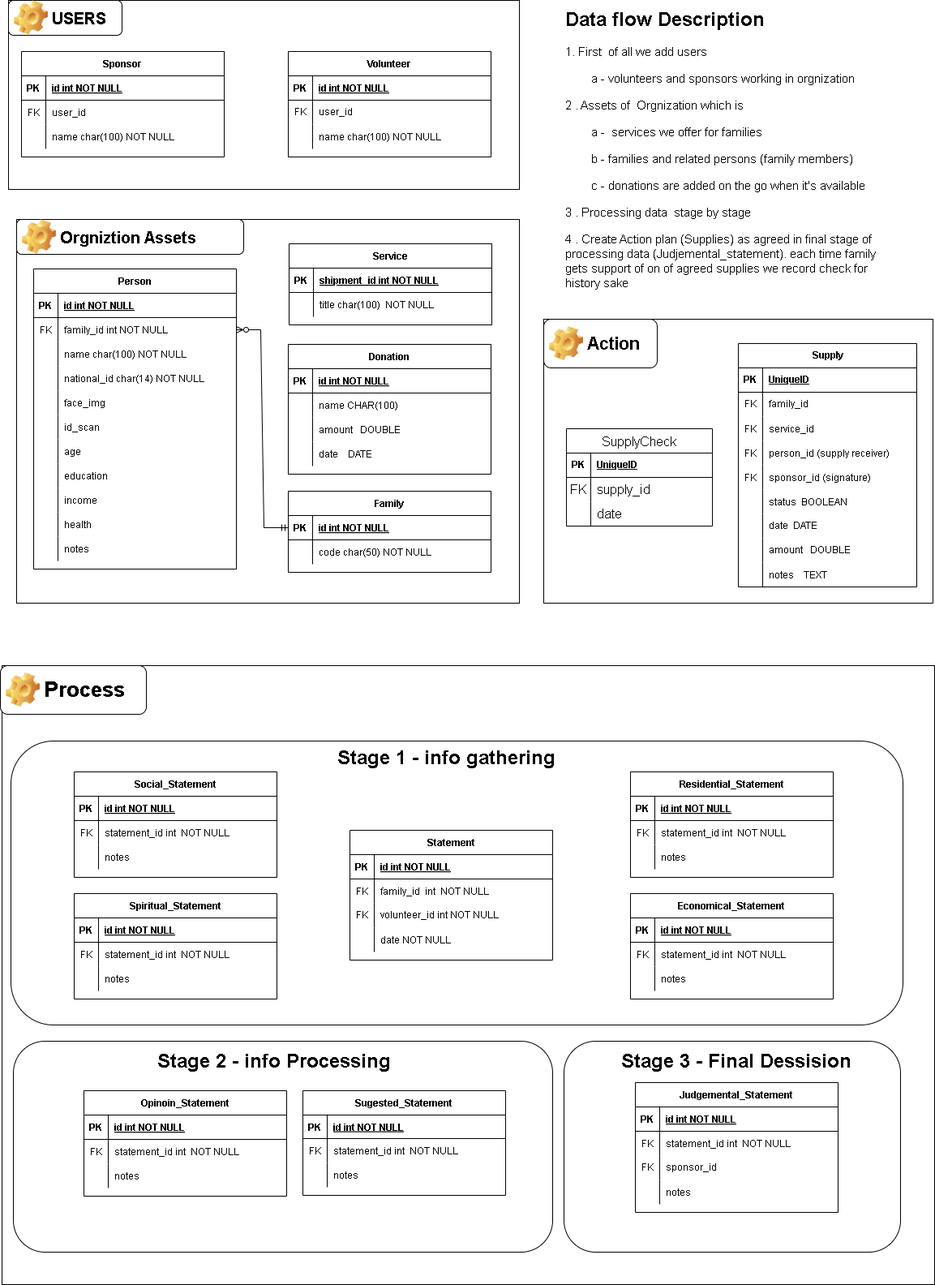
This is Archives/ERD/ERD Diagram.png from PoulaAdel/Charity, a draw.io export, as it was before one commit. Source tidied: cells renumbered, new cells last; positions are measured from the earlier drawing's top-left corner, leaving out a move shared by most shapes.
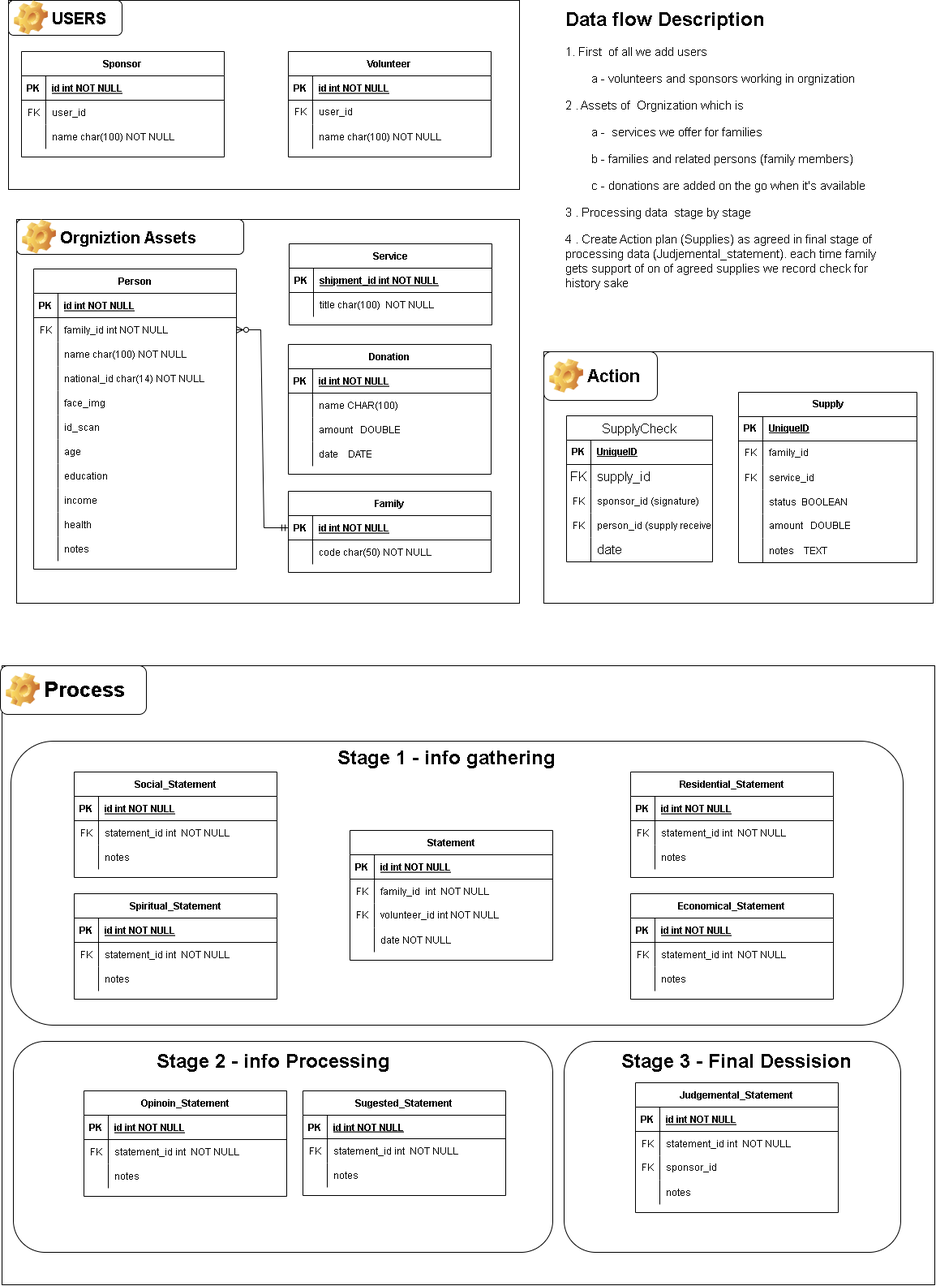
Later version of the same file.

What changed in the source:
```diff
@@ -234,10 +234,10 @@
       <mxGeometry x="30" width="220" height="30" as="geometry" />
     </mxCell>
     <mxCell id="79" style="rounded=0;whiteSpace=wrap;html=1;" parent="1" vertex="1">
-      <mxGeometry x="670" y="393" width="480" height="350" as="geometry" />
+      <mxGeometry x="670" y="433" width="480" height="310" as="geometry" />
     </mxCell>
     <mxCell id="80" value="Action&amp;nbsp;" style="label;whiteSpace=wrap;html=1;image=img/clipart/Gear_128x128.png;fontSize=22;" parent="1" vertex="1">
-      <mxGeometry x="670" y="393" width="140" height="60" as="geometry" />
+      <mxGeometry x="670" y="433" width="140" height="60" as="geometry" />
     </mxCell>
     <mxCell id="81" style="rounded=0;whiteSpace=wrap;html=1;" parent="1" vertex="1">
       <mxGeometry x="20" y="270" width="620" height="473" as="geometry" />
@@ -549,7 +549,7 @@
       <mxGeometry x="30" width="220" height="30" as="geometry" />
     </mxCell>
     <mxCell id="184" value="Supply" style="shape=table;startSize=30;rowLines=0;fontStyle=1;align=center;html=1;" parent="1" vertex="1">
-      <mxGeometry x="910" y="423" width="220" height="300" as="geometry" />
+      <mxGeometry x="910" y="483" width="220" height="210" as="geometry" />
     </mxCell>
     <mxCell id="185" style="shape=tableRow;horizontal=0;startSize=0;swimlaneHead=0;swimlaneBody=0;fillColor=none;top=0;left=0;right=0;bottom=1;" parent="184" vertex="1">
       <mxGeometry y="30" width="220" height="30" as="geometry" />
@@ -578,26 +578,8 @@
     <mxCell id="193" value="service_id" style="shape=partialRectangle;fillColor=none;top=0;left=0;bottom=0;right=0;align=left;spacingLeft=6;overflow=hidden;" parent="191" vertex="1">
       <mxGeometry x="30" width="190" height="30" as="geometry" />
     </mxCell>
-    <mxCell id="194" style="shape=tableRow;horizontal=0;startSize=0;swimlaneHead=0;swimlaneBody=0;fillColor=none;top=0;left=0;right=0;bottom=0;" parent="184" vertex="1">
-      <mxGeometry y="120" width="220" height="30" as="geometry" />
-    </mxCell>
-    <mxCell id="195" value="FK" style="shape=partialRectangle;fillColor=none;top=0;left=0;bottom=0;right=0;overflow=hidden;" parent="194" vertex="1">
-      <mxGeometry width="30" height="30" as="geometry" />
-    </mxCell>
-    <mxCell id="196" value="person_id (supply receiver)" style="shape=partialRectangle;fillColor=none;top=0;left=0;bottom=0;right=0;align=left;spacingLeft=6;overflow=hidden;" parent="194" vertex="1">
-      <mxGeometry x="30" width="190" height="30" as="geometry" />
-    </mxCell>
-    <mxCell id="197" style="shape=tableRow;horizontal=0;startSize=0;swimlaneHead=0;swimlaneBody=0;fillColor=none;top=0;left=0;right=0;bottom=0;" parent="184" vertex="1">
-      <mxGeometry y="150" width="220" height="30" as="geometry" />
-    </mxCell>
-    <mxCell id="198" value="FK" style="shape=partialRectangle;fillColor=none;top=0;left=0;bottom=0;right=0;overflow=hidden;" parent="197" vertex="1">
-      <mxGeometry width="30" height="30" as="geometry" />
-    </mxCell>
-    <mxCell id="199" value="sponsor_id (signature)" style="shape=partialRectangle;fillColor=none;top=0;left=0;bottom=0;right=0;align=left;spacingLeft=6;overflow=hidden;" parent="197" vertex="1">
-      <mxGeometry x="30" width="190" height="30" as="geometry" />
-    </mxCell>
     <mxCell id="200" style="shape=tableRow;horizontal=0;startSize=0;swimlaneHead=0;swimlaneBody=0;fillColor=none;top=0;left=0;right=0;bottom=0;" parent="184" vertex="1">
-      <mxGeometry y="180" width="220" height="30" as="geometry" />
+      <mxGeometry y="120" width="220" height="30" as="geometry" />
     </mxCell>
     <mxCell id="201" style="shape=partialRectangle;fillColor=none;top=0;left=0;bottom=0;right=0;overflow=hidden;" parent="200" vertex="1">
       <mxGeometry width="30" height="30" as="geometry" />
@@ -605,17 +587,8 @@
     <mxCell id="202" value="status  BOOLEAN" style="shape=partialRectangle;fillColor=none;top=0;left=0;bottom=0;right=0;align=left;spacingLeft=6;overflow=hidden;" parent="200" vertex="1">
       <mxGeometry x="30" width="190" height="30" as="geometry" />
     </mxCell>
-    <mxCell id="203" style="shape=tableRow;horizontal=0;startSize=0;swimlaneHead=0;swimlaneBody=0;fillColor=none;top=0;left=0;right=0;bottom=0;" parent="184" vertex="1">
-      <mxGeometry y="210" width="220" height="30" as="geometry" />
-    </mxCell>
-    <mxCell id="204" style="shape=partialRectangle;fillColor=none;top=0;left=0;bottom=0;right=0;overflow=hidden;whiteSpace=wrap;html=1;" parent="203" vertex="1">
-      <mxGeometry width="30" height="30" as="geometry" />
-    </mxCell>
-    <mxCell id="205" value="date&amp;nbsp; DATE" style="shape=partialRectangle;fillColor=none;top=0;left=0;bottom=0;right=0;align=left;spacingLeft=6;overflow=hidden;whiteSpace=wrap;html=1;" parent="203" vertex="1">
-      <mxGeometry x="30" width="190" height="30" as="geometry" />
-    </mxCell>
     <mxCell id="206" style="shape=tableRow;horizontal=0;startSize=0;swimlaneHead=0;swimlaneBody=0;fillColor=none;top=0;left=0;right=0;bottom=0;" parent="184" vertex="1">
-      <mxGeometry y="240" width="220" height="30" as="geometry" />
+      <mxGeometry y="150" width="220" height="30" as="geometry" />
     </mxCell>
     <mxCell id="207" style="shape=partialRectangle;fillColor=none;top=0;left=0;bottom=0;right=0;overflow=hidden;whiteSpace=wrap;html=1;" parent="206" vertex="1">
       <mxGeometry width="30" height="30" as="geometry" />
@@ -624,7 +597,7 @@
       <mxGeometry x="30" width="190" height="30" as="geometry" />
     </mxCell>
     <mxCell id="209" style="shape=tableRow;horizontal=0;startSize=0;swimlaneHead=0;swimlaneBody=0;fillColor=none;top=0;left=0;right=0;bottom=0;" parent="184" vertex="1">
-      <mxGeometry y="270" width="220" height="30" as="geometry" />
+      <mxGeometry y="180" width="220" height="30" as="geometry" />
     </mxCell>
     <mxCell id="210" style="shape=partialRectangle;fillColor=none;top=0;left=0;bottom=0;right=0;overflow=hidden;" parent="209" vertex="1">
       <mxGeometry width="30" height="30" as="geometry" />
@@ -636,7 +609,7 @@
       <mxGeometry x="695" y="3" width="415" height="370" as="geometry" />
     </mxCell>
     <mxCell id="213" value="SupplyCheck" style="shape=table;startSize=30;rowLines=0;fontStyle=0;strokeColor=default;fontSize=16;" parent="1" vertex="1">
-      <mxGeometry x="698" y="528" width="180" height="120" as="geometry" />
+      <mxGeometry x="698" y="512" width="180" height="180" as="geometry" />
     </mxCell>
     <mxCell id="214" style="shape=tableRow;horizontal=0;startSize=0;swimlaneHead=0;swimlaneBody=0;fillColor=none;top=0;left=0;right=0;bottom=1;" parent="213" vertex="1">
       <mxGeometry y="30" width="180" height="30" as="geometry" />
@@ -656,8 +629,26 @@
     <mxCell id="219" value="supply_id" style="shape=partialRectangle;html=1;whiteSpace=wrap;fillColor=none;top=0;left=0;bottom=0;right=0;align=left;spacingLeft=6;overflow=hidden;strokeColor=inherit;fontSize=16;" parent="217" vertex="1">
       <mxGeometry x="30" width="150" height="30" as="geometry" />
     </mxCell>
+    <mxCell id="197" style="shape=tableRow;horizontal=0;startSize=0;swimlaneHead=0;swimlaneBody=0;fillColor=none;top=0;left=0;right=0;bottom=0;" parent="213" vertex="1">
+      <mxGeometry y="90" width="180" height="30" as="geometry" />
+    </mxCell>
+    <mxCell id="198" value="FK" style="shape=partialRectangle;fillColor=none;top=0;left=0;bottom=0;right=0;overflow=hidden;" parent="197" vertex="1">
+      <mxGeometry width="30" height="30" as="geometry" />
+    </mxCell>
+    <mxCell id="199" value="sponsor_id (signature)" style="shape=partialRectangle;fillColor=none;top=0;left=0;bottom=0;right=0;align=left;spacingLeft=6;overflow=hidden;" parent="197" vertex="1">
+      <mxGeometry x="30" width="150" height="30" as="geometry" />
+    </mxCell>
+    <mxCell id="194" style="shape=tableRow;horizontal=0;startSize=0;swimlaneHead=0;swimlaneBody=0;fillColor=none;top=0;left=0;right=0;bottom=0;" parent="213" vertex="1">
+      <mxGeometry y="120" width="180" height="30" as="geometry" />
+    </mxCell>
+    <mxCell id="195" value="FK" style="shape=partialRectangle;fillColor=none;top=0;left=0;bottom=0;right=0;overflow=hidden;" parent="194" vertex="1">
+      <mxGeometry width="30" height="30" as="geometry" />
+    </mxCell>
+    <mxCell id="196" value="person_id (supply receiver)" style="shape=partialRectangle;fillColor=none;top=0;left=0;bottom=0;right=0;align=left;spacingLeft=6;overflow=hidden;" parent="194" vertex="1">
+      <mxGeometry x="30" width="150" height="30" as="geometry" />
+    </mxCell>
     <mxCell id="220" style="shape=tableRow;horizontal=0;startSize=0;swimlaneHead=0;swimlaneBody=0;top=0;left=0;bottom=0;right=0;fillColor=none;strokeColor=inherit;fontSize=16;" parent="213" vertex="1">
-      <mxGeometry y="90" width="180" height="30" as="geometry" />
+      <mxGeometry y="150" width="180" height="30" as="geometry" />
     </mxCell>
     <mxCell id="221" style="shape=partialRectangle;html=1;whiteSpace=wrap;fillColor=none;top=0;left=0;bottom=0;right=0;overflow=hidden;strokeColor=inherit;fontSize=16;" parent="220" vertex="1">
       <mxGeometry width="30" height="30" as="geometry" />
```
